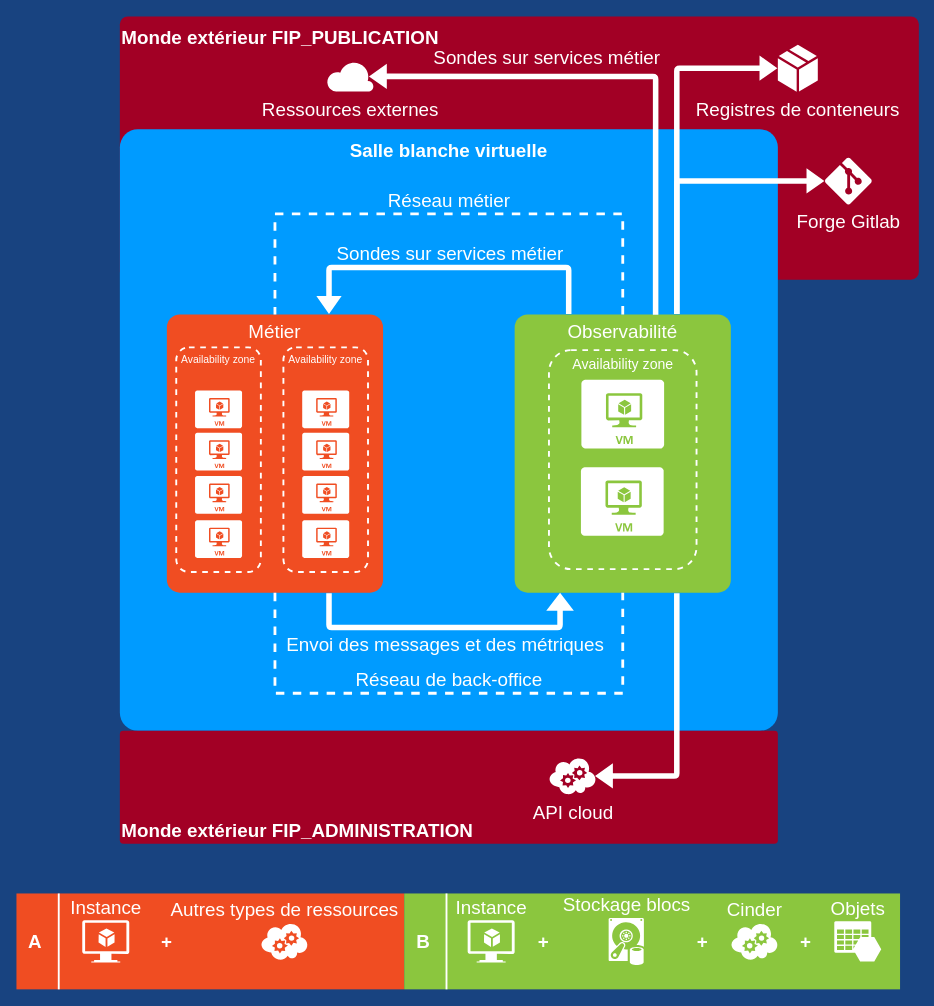
139bercy/cloud-appliance-observability keeps this draw.io diagram as page "Placement dans un projet" (1 of 3) of docs/diagrammes.drawio. Above is the earlier version. Source tidied: cells renumbered, new cells numbered last; positions are measured from the earlier drawing's top-left corner, leaving out a move shared by most shapes. Both pictures are drawn from the tidied source at 94%, with x=0, y=0 at pixel (16, 16).
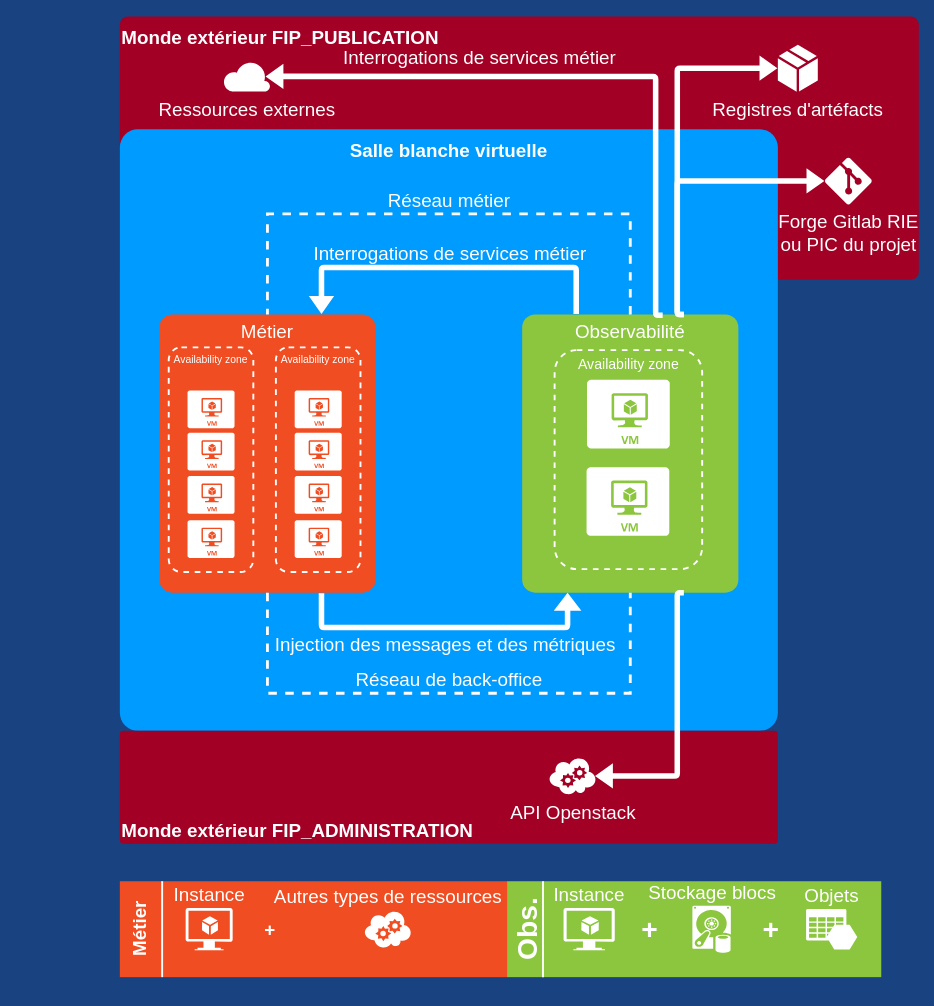
The same page after the edit.

Change to the diagram source:
```diff
@@
     <mxCell id="4" value="Métier" style="rounded=1;whiteSpace=wrap;html=1;shadow=0;strokeWidth=2;fillColor=#F04D22;fontSize=20;fontColor=#FFFFFF;align=center;strokeColor=none;arcSize=6;verticalAlign=top;" parent="1" vertex="1">
-      <mxGeometry x="160" y="317" width="230" height="296" as="geometry" />
+      <mxGeometry x="152" y="317" width="230" height="296" as="geometry" />
     </mxCell>
     <mxCell id="5" style="rounded=0;whiteSpace=wrap;html=1;shadow=0;strokeWidth=2;fillColor=#F04D22;fontSize=20;fontColor=#FFFFFF;align=center;strokeColor=none;arcSize=6;verticalAlign=top;" parent="1" vertex="1">
-      <mxGeometry y="933" width="412.5" height="102" as="geometry" />
+      <mxGeometry x="110" y="920" width="412.5" height="102" as="geometry" />
     </mxCell>
-    <mxCell id="6" style="rounded=0;whiteSpace=wrap;html=1;shadow=0;strokeWidth=2;fillColor=#8BC63E;fontSize=20;fontColor=#FFFFFF;align=center;strokeColor=none;arcSize=6;verticalAlign=top;" parent="1" vertex="1">
-      <mxGeometry x="412.5" y="933" width="527.5" height="102" as="geometry" />
-    </mxCell>
-    <mxCell id="7" value="A" style="text;html=1;strokeColor=none;fillColor=none;align=center;verticalAlign=middle;whiteSpace=wrap;rounded=1;shadow=0;fontSize=20;fontColor=#FFFFFF;fontStyle=1;" parent="1" vertex="1">
-      <mxGeometry y="966.5" width="40" height="35" as="geometry" />
+    <mxCell id="7" value="Métier" style="text;html=1;strokeColor=none;fillColor=none;align=center;verticalAlign=middle;whiteSpace=wrap;rounded=1;shadow=0;fontSize=20;fontColor=#FFFFFF;fontStyle=1;direction=north;rotation=270;" parent="1" vertex="1">
+      <mxGeometry x="112.5" y="951" width="35" height="40" as="geometry" />
     </mxCell>
-    <mxCell id="8" value="B" style="text;html=1;strokeColor=none;fillColor=none;align=center;verticalAlign=middle;whiteSpace=wrap;rounded=1;shadow=0;fontSize=20;fontColor=#FFFFFF;fontStyle=1;" parent="1" vertex="1">
-      <mxGeometry x="412.5" y="966.5" width="40" height="35" as="geometry" />
-    </mxCell>
     <mxCell id="9" value="+" style="text;html=1;strokeColor=none;fillColor=none;align=center;verticalAlign=middle;whiteSpace=wrap;rounded=1;shadow=0;fontSize=20;fontColor=#FFFFFF;fontStyle=1;" parent="1" vertex="1">
-      <mxGeometry x="140" y="966.5" width="40" height="35" as="geometry" />
+      <mxGeometry x="250" y="953.5" width="40" height="35" as="geometry" />
     </mxCell>
-    <mxCell id="10" value="Instance" style="shadow=0;html=1;strokeColor=none;fillColor=#FFFFFF;labelPosition=center;verticalLabelPosition=top;verticalAlign=bottom;shape=mxgraph.azure.virtual_machine_feature;rounded=0;fontSize=20;fontColor=#FFFFFF;align=center;" parent="1" vertex="1">
-      <mxGeometry x="480" y="961.5" width="50" height="45" as="geometry" />
-    </mxCell>
-    <mxCell id="11" value="+" style="text;html=1;strokeColor=none;fillColor=none;align=center;verticalAlign=middle;whiteSpace=wrap;rounded=1;shadow=0;fontSize=20;fontColor=#FFFFFF;fontStyle=1;" parent="1" vertex="1">
-      <mxGeometry x="541" y="966.5" width="40" height="35" as="geometry" />
-    </mxCell>
     <mxCell id="12" style="line;strokeWidth=2;direction=south;html=1;rounded=0;shadow=0;fillColor=none;fontSize=20;fontColor=#FFFFFF;align=center;strokeColor=#FFFFFF;" parent="1" vertex="1">
-      <mxGeometry x="40" y="933" width="10" height="102" as="geometry" />
+      <mxGeometry x="150" y="920" width="10" height="102" as="geometry" />
     </mxCell>
-    <mxCell id="13" style="line;strokeWidth=2;direction=south;html=1;rounded=0;shadow=0;fillColor=none;fontSize=20;fontColor=#FFFFFF;align=center;strokeColor=#FFFFFF;" parent="1" vertex="1">
-      <mxGeometry x="452.5" y="933" width="10" height="102" as="geometry" />
-    </mxCell>
-    <mxCell id="14" value="+" style="text;html=1;strokeColor=none;fillColor=none;align=center;verticalAlign=middle;whiteSpace=wrap;rounded=1;shadow=0;fontSize=20;fontColor=#FFFFFF;fontStyle=1;" parent="1" vertex="1">
-      <mxGeometry x="710" y="966.5" width="40" height="35" as="geometry" />
-    </mxCell>
-    <mxCell id="15" value="Objets&lt;br style=&quot;font-size: 20px;&quot;&gt;" style="shadow=0;html=1;strokeColor=none;labelPosition=center;verticalLabelPosition=top;verticalAlign=bottom;shape=mxgraph.mscae.cloud.azure_storage;fillColor=#FFFFFF;rounded=0;fontSize=20;fontColor=#FFFFFF;align=center;" parent="1" vertex="1">
-      <mxGeometry x="870" y="962.5" width="50" height="43" as="geometry" />
-    </mxCell>
     <mxCell id="16" value="Availability zone" style="rounded=1;whiteSpace=wrap;html=1;shadow=0;strokeWidth=2;fillColor=none;fontSize=11;fontColor=#FFFFFF;align=center;strokeColor=#FFFFFF;dashed=1;verticalAlign=top;" parent="1" vertex="1">
-      <mxGeometry x="170" y="352" width="90" height="239" as="geometry" />
+      <mxGeometry x="162" y="352" width="90" height="239" as="geometry" />
     </mxCell>
     <mxCell id="17" style="verticalLabelPosition=bottom;html=1;verticalAlign=top;strokeColor=none;fillColor=#FFFFFF;shape=mxgraph.azure.virtual_machine;rounded=1;shadow=0;fontSize=12;fontColor=#000000;align=center;" parent="1" vertex="1">
-      <mxGeometry x="190" y="398" width="50" height="40" as="geometry" />
+      <mxGeometry x="182" y="398" width="50" height="40" as="geometry" />
     </mxCell>
     <mxCell id="18" value="Observabilité" style="rounded=1;whiteSpace=wrap;html=1;shadow=0;strokeWidth=2;fillColor=#8BC63E;fontSize=20;align=center;strokeColor=none;arcSize=6;verticalAlign=top;fontColor=#ffffff;" parent="1" vertex="1">
-      <mxGeometry x="530" y="317" width="230" height="296" as="geometry" />
+      <mxGeometry x="538" y="317" width="230" height="296" as="geometry" />
     </mxCell>
     <mxCell id="19" value="Availability zone" style="rounded=1;whiteSpace=wrap;html=1;shadow=0;strokeWidth=2;fillColor=none;fontSize=15;fontColor=#FFFFFF;align=center;strokeColor=#FFFFFF;dashed=1;verticalAlign=top;" parent="1" vertex="1">
-      <mxGeometry x="566.5" y="355" width="157" height="233" as="geometry" />
+      <mxGeometry x="572.5" y="355" width="157" height="233" as="geometry" />
     </mxCell>
     <mxCell id="20" style="verticalLabelPosition=bottom;html=1;verticalAlign=top;strokeColor=none;fillColor=#FFFFFF;shape=mxgraph.azure.virtual_machine;rounded=1;shadow=0;fontSize=12;fontColor=#000000;align=center;" parent="1" vertex="1">
-      <mxGeometry x="601" y="386.5" width="88" height="73" as="geometry" />
+      <mxGeometry x="607" y="386.5" width="88" height="73" as="geometry" />
     </mxCell>
@@
     <mxCell id="22" value="Instance" style="shadow=0;html=1;strokeColor=none;fillColor=#FFFFFF;labelPosition=center;verticalLabelPosition=top;verticalAlign=bottom;shape=mxgraph.azure.virtual_machine_feature;rounded=0;fontSize=20;fontColor=#FFFFFF;align=center;" parent="1" vertex="1">
-      <mxGeometry x="70" y="961.5" width="50" height="45" as="geometry" />
+      <mxGeometry x="180" y="948.5" width="50" height="45" as="geometry" />
     </mxCell>
-    <mxCell id="23" value="Stockage blocs" style="verticalLabelPosition=top;html=1;verticalAlign=bottom;strokeColor=none;fillColor=#ffffff;shape=mxgraph.azure.vhd_data_disk;fontColor=#FFFFFF;labelPosition=center;align=center;fontSize=20;" parent="1" vertex="1">
-      <mxGeometry x="630" y="959" width="37.5" height="50" as="geometry" />
-    </mxCell>
-    <mxCell id="24" value="Cinder" style="verticalLabelPosition=top;html=1;verticalAlign=bottom;strokeColor=none;fillColor=#ffffff;shape=mxgraph.azure.cloud_service;fontSize=20;fontColor=#FFFFFF;horizontal=1;labelPosition=center;align=center;" parent="1" vertex="1">
-      <mxGeometry x="760" y="964" width="50" height="40" as="geometry" />
-    </mxCell>
-    <mxCell id="25" value="+" style="text;html=1;strokeColor=none;fillColor=none;align=center;verticalAlign=middle;whiteSpace=wrap;rounded=1;shadow=0;fontSize=20;fontColor=#FFFFFF;fontStyle=1;" parent="1" vertex="1">
-      <mxGeometry x="820" y="966.5" width="40" height="35" as="geometry" />
-    </mxCell>
     <mxCell id="26" style="verticalLabelPosition=bottom;html=1;verticalAlign=top;strokeColor=none;fillColor=#FFFFFF;shape=mxgraph.azure.virtual_machine;rounded=1;shadow=0;fontSize=12;fontColor=#000000;align=center;" parent="1" vertex="1">
-      <mxGeometry x="190" y="443" width="50" height="40" as="geometry" />
+      <mxGeometry x="182" y="443" width="50" height="40" as="geometry" />
     </mxCell>
     <mxCell id="27" style="verticalLabelPosition=bottom;html=1;verticalAlign=top;strokeColor=none;fillColor=#FFFFFF;shape=mxgraph.azure.virtual_machine;rounded=1;shadow=0;fontSize=12;fontColor=#000000;align=center;" parent="1" vertex="1">
-      <mxGeometry x="190" y="489" width="50" height="40" as="geometry" />
+      <mxGeometry x="182" y="489" width="50" height="40" as="geometry" />
     </mxCell>
     <mxCell id="28" style="verticalLabelPosition=bottom;html=1;verticalAlign=top;strokeColor=none;fillColor=#FFFFFF;shape=mxgraph.azure.virtual_machine;rounded=1;shadow=0;fontSize=12;fontColor=#000000;align=center;" parent="1" vertex="1">
-      <mxGeometry x="190" y="536" width="50" height="40" as="geometry" />
+      <mxGeometry x="182" y="536" width="50" height="40" as="geometry" />
     </mxCell>
     <mxCell id="29" value="Autres types de ressources" style="verticalLabelPosition=top;html=1;verticalAlign=bottom;align=center;strokeColor=none;fillColor=#FFFFFF;shape=mxgraph.azure.cloud_service;fontColor=#FFFFFF;labelPosition=center;fontSize=20;" parent="1" vertex="1">
-      <mxGeometry x="260" y="964" width="50" height="40" as="geometry" />
+      <mxGeometry x="370" y="951" width="50" height="40" as="geometry" />
     </mxCell>
     <mxCell id="30" value="Availability zone" style="rounded=1;whiteSpace=wrap;html=1;shadow=0;strokeWidth=2;fillColor=none;fontSize=11;fontColor=#FFFFFF;align=center;strokeColor=#FFFFFF;dashed=1;verticalAlign=top;" parent="1" vertex="1">
-      <mxGeometry x="284" y="352" width="90" height="239" as="geometry" />
+      <mxGeometry x="276" y="352" width="90" height="239" as="geometry" />
     </mxCell>
     <mxCell id="31" style="verticalLabelPosition=bottom;html=1;verticalAlign=top;strokeColor=none;fillColor=#FFFFFF;shape=mxgraph.azure.virtual_machine;rounded=1;shadow=0;fontSize=12;fontColor=#000000;align=center;" parent="1" vertex="1">
-      <mxGeometry x="304" y="398" width="50" height="40" as="geometry" />
+      <mxGeometry x="296" y="398" width="50" height="40" as="geometry" />
     </mxCell>
     <mxCell id="32" style="verticalLabelPosition=bottom;html=1;verticalAlign=top;strokeColor=none;fillColor=#FFFFFF;shape=mxgraph.azure.virtual_machine;rounded=1;shadow=0;fontSize=12;fontColor=#000000;align=center;" parent="1" vertex="1">
-      <mxGeometry x="304" y="443" width="50" height="40" as="geometry" />
+      <mxGeometry x="296" y="443" width="50" height="40" as="geometry" />
     </mxCell>
     <mxCell id="33" style="verticalLabelPosition=bottom;html=1;verticalAlign=top;strokeColor=none;fillColor=#FFFFFF;shape=mxgraph.azure.virtual_machine;rounded=1;shadow=0;fontSize=12;fontColor=#000000;align=center;" parent="1" vertex="1">
-      <mxGeometry x="304" y="489" width="50" height="40" as="geometry" />
+      <mxGeometry x="296" y="489" width="50" height="40" as="geometry" />
     </mxCell>
     <mxCell id="34" style="verticalLabelPosition=bottom;html=1;verticalAlign=top;strokeColor=none;fillColor=#FFFFFF;shape=mxgraph.azure.virtual_machine;rounded=1;shadow=0;fontSize=12;fontColor=#000000;align=center;" parent="1" vertex="1">
-      <mxGeometry x="304" y="536" width="50" height="40" as="geometry" />
+      <mxGeometry x="296" y="536" width="50" height="40" as="geometry" />
     </mxCell>
     <mxCell id="35" style="verticalLabelPosition=bottom;html=1;verticalAlign=top;strokeColor=none;fillColor=#FFFFFF;shape=mxgraph.azure.virtual_machine;rounded=1;shadow=0;fontSize=12;fontColor=#000000;align=center;" parent="1" vertex="1">
-      <mxGeometry x="600.5" y="479.5" width="88" height="73" as="geometry" />
+      <mxGeometry x="606.5" y="479.5" width="88" height="73" as="geometry" />
     </mxCell>
@@
-    <mxCell id="37" value="Sondes sur services métier" style="shape=flexArrow;endArrow=none;html=1;fillColor=#ffffff;strokeColor=none;endWidth=22.491349480968857;endSize=3.2941176470588234;exitX=0.75;exitY=0;exitDx=0;exitDy=0;edgeStyle=orthogonalEdgeStyle;entryX=0.25;entryY=0;entryDx=0;entryDy=0;labelBackgroundColor=none;labelPosition=center;verticalLabelPosition=top;align=center;verticalAlign=bottom;fontSize=20;fontColor=#FFFFFF;width=5.882352941176471;startArrow=block;endFill=0;" parent="1" edge="1" source="4" target="18">
+    <mxCell id="37" value="Interrogations de services métier" style="shape=flexArrow;endArrow=none;html=1;fillColor=#ffffff;strokeColor=none;endWidth=22.491349480968857;endSize=3.2941176470588234;exitX=0.75;exitY=0;exitDx=0;exitDy=0;edgeStyle=orthogonalEdgeStyle;entryX=0.25;entryY=0;entryDx=0;entryDy=0;labelBackgroundColor=none;labelPosition=center;verticalLabelPosition=top;align=center;verticalAlign=bottom;fontSize=20;fontColor=#FFFFFF;width=5.882352941176471;startArrow=block;endFill=0;" parent="1" edge="1" source="4" target="18">
       <mxGeometry relative="1" as="geometry">
         <Array as="points">
           <mxPoint x="333" y="267" />
           <mxPoint x="587" y="267" />
         </Array>
       </mxGeometry>
     </mxCell>
@@
-    <mxCell id="39" value="API cloud" style="verticalLabelPosition=bottom;html=1;verticalAlign=top;align=center;shape=mxgraph.azure.cloud_service;fontSize=20;strokeColor=none;fontColor=#FFFFFF;" parent="1" vertex="1">
+    <mxCell id="39" value="API Openstack" style="verticalLabelPosition=bottom;html=1;verticalAlign=top;align=center;shape=mxgraph.azure.cloud_service;fontSize=20;strokeColor=none;fontColor=#FFFFFF;" parent="1" vertex="1">
       <mxGeometry x="566.5" y="788" width="50" height="40" as="geometry" />
     </mxCell>
-    <mxCell id="40" value="Envoi des messages et des métriques" style="shape=flexArrow;endArrow=block;html=1;fillColor=#ffffff;strokeColor=none;endWidth=22.491349480968857;endSize=6;exitX=0.75;exitY=1;exitDx=0;exitDy=0;edgeStyle=orthogonalEdgeStyle;entryX=0.21;entryY=0.999;entryDx=0;entryDy=0;labelBackgroundColor=none;labelPosition=center;verticalLabelPosition=bottom;align=center;verticalAlign=top;fontSize=20;fontColor=#FFFFFF;width=5.882352941176471;startArrow=none;endFill=0;entryPerimeter=0;startFill=0;startSize=6;" parent="1" edge="1" source="4" target="18">
+    <mxCell id="40" value="Injection des messages et des métriques" style="shape=flexArrow;endArrow=block;html=1;fillColor=#ffffff;strokeColor=none;endWidth=22.491349480968857;endSize=6;exitX=0.75;exitY=1;exitDx=0;exitDy=0;edgeStyle=orthogonalEdgeStyle;entryX=0.21;entryY=0.999;entryDx=0;entryDy=0;labelBackgroundColor=none;labelPosition=center;verticalLabelPosition=bottom;align=center;verticalAlign=top;fontSize=20;fontColor=#FFFFFF;width=5.882352941176471;startArrow=none;endFill=0;entryPerimeter=0;startFill=0;startSize=6;" parent="1" edge="1" source="4" target="18">
       <mxGeometry relative="1" as="geometry">
         <Array as="points">
           <mxPoint x="332" y="650" />
           <mxPoint x="578" y="650" />
         </Array>
       </mxGeometry>
     </mxCell>
@@
-    <mxCell id="42" value="Registres de conteneurs" style="verticalLabelPosition=bottom;html=1;verticalAlign=top;align=center;shape=mxgraph.azure.cloud_service_package_file;fontSize=20;strokeColor=none;fontColor=#FFFFFF;" parent="1" vertex="1">
+    <mxCell id="42" value="Registres d'artéfacts" style="verticalLabelPosition=bottom;html=1;verticalAlign=top;align=center;shape=mxgraph.azure.cloud_service_package_file;fontSize=20;strokeColor=none;fontColor=#FFFFFF;" parent="1" vertex="1">
       <mxGeometry x="810" y="30" width="42.5" height="50" as="geometry" />
     </mxCell>
-    <mxCell id="43" value="Forge Gitlab" style="verticalLabelPosition=bottom;html=1;verticalAlign=top;align=center;shape=mxgraph.azure.git_repository;fontSize=20;strokeColor=none;fontColor=#FFFFFF;" parent="1" vertex="1">
+    <mxCell id="43" value="Forge Gitlab RIE&lt;br&gt;ou PIC du projet" style="verticalLabelPosition=bottom;html=1;verticalAlign=top;align=center;shape=mxgraph.azure.git_repository;fontSize=20;strokeColor=none;fontColor=#FFFFFF;" parent="1" vertex="1">
       <mxGeometry x="860" y="150" width="50" height="50" as="geometry" />
     </mxCell>
@@
-    <mxCell id="46" value="Sondes sur services métier" style="shape=flexArrow;endArrow=none;html=1;fillColor=#ffffff;strokeColor=none;endWidth=22.491349480968857;endSize=3.2941176470588234;edgeStyle=orthogonalEdgeStyle;labelBackgroundColor=none;labelPosition=center;verticalLabelPosition=top;align=left;verticalAlign=bottom;fontSize=20;fontColor=#FFFFFF;width=5.882352941176471;startArrow=block;endFill=0;exitX=0.89;exitY=0.5;exitDx=0;exitDy=0;exitPerimeter=0;entryX=0.652;entryY=0.003;entryDx=0;entryDy=0;entryPerimeter=0;" parent="1" edge="1" source="47" target="18">
+    <mxCell id="46" value="Interrogations de services métier" style="shape=flexArrow;endArrow=none;html=1;fillColor=#ffffff;strokeColor=none;endWidth=22.491349480968857;endSize=3.2941176470588234;edgeStyle=orthogonalEdgeStyle;labelBackgroundColor=none;labelPosition=center;verticalLabelPosition=top;align=left;verticalAlign=bottom;fontSize=20;fontColor=#FFFFFF;width=5.882352941176471;startArrow=block;endFill=0;exitX=0.89;exitY=0.5;exitDx=0;exitDy=0;exitPerimeter=0;entryX=0.652;entryY=0.003;entryDx=0;entryDy=0;entryPerimeter=0;" parent="1" edge="1" source="47" target="18">
       <mxGeometry x="-0.76" y="6" relative="1" as="geometry">
         <Array as="points">
           <mxPoint x="680" y="64" />
         </Array>
       </mxGeometry>
     </mxCell>
     <mxCell id="47" value="Ressources externes" style="verticalLabelPosition=bottom;html=1;verticalAlign=top;align=center;shape=mxgraph.azure.cloud;fontSize=20;strokeColor=none;fontColor=#FFFFFF;" parent="1" vertex="1">
-      <mxGeometry x="330" y="47.5" width="50" height="32.5" as="geometry" />
+      <mxGeometry x="220" y="47.5" width="50" height="32.5" as="geometry" />
     </mxCell>
+    <mxCell id="48" style="rounded=0;whiteSpace=wrap;html=1;shadow=0;strokeWidth=2;fillColor=#8BC63E;fontSize=12;fontColor=#FFFFFF;align=center;strokeColor=none;arcSize=3;verticalAlign=top;" parent="1" vertex="1">
+      <mxGeometry x="522" y="920" width="398" height="102" as="geometry" />
+    </mxCell>
+    <mxCell id="49" value="Obs." style="text;html=1;strokeColor=none;fillColor=none;align=center;verticalAlign=middle;whiteSpace=wrap;rounded=1;shadow=0;fontSize=30;fontColor=#FFFFFF;fontStyle=1;rotation=270;" parent="1" vertex="1">
+      <mxGeometry x="522" y="953.5" width="43.6" height="35" as="geometry" />
+    </mxCell>
+    <mxCell id="10" value="Instance" style="shadow=0;html=1;strokeColor=none;fillColor=#FFFFFF;labelPosition=center;verticalLabelPosition=top;verticalAlign=bottom;shape=mxgraph.azure.virtual_machine_feature;rounded=0;fontSize=20;fontColor=#FFFFFF;align=center;" parent="1" vertex="1">
+      <mxGeometry x="582" y="948.5" width="54.5" height="45" as="geometry" />
+    </mxCell>
+    <mxCell id="50" style="line;strokeWidth=2;direction=south;html=1;rounded=0;shadow=0;fillColor=none;fontSize=30;fontColor=#FFFFFF;align=center;strokeColor=#FFFFFF;" parent="1" vertex="1">
+      <mxGeometry x="554.7" y="920" width="10.9" height="102" as="geometry" />
+    </mxCell>
+    <mxCell id="51" value="+" style="text;html=1;strokeColor=none;fillColor=none;align=center;verticalAlign=middle;whiteSpace=wrap;rounded=1;shadow=0;fontSize=30;fontColor=#FFFFFF;fontStyle=1;" parent="1" vertex="1">
+      <mxGeometry x="652.2" y="953.5" width="43.6" height="35" as="geometry" />
+    </mxCell>
+    <mxCell id="15" value="Objets&lt;br style=&quot;font-size: 20px;&quot;&gt;" style="shadow=0;html=1;strokeColor=none;labelPosition=center;verticalLabelPosition=top;verticalAlign=bottom;shape=mxgraph.mscae.cloud.azure_storage;fillColor=#FFFFFF;rounded=0;fontSize=20;fontColor=#FFFFFF;align=center;" parent="1" vertex="1">
+      <mxGeometry x="840" y="949.5" width="54.5" height="43" as="geometry" />
+    </mxCell>
+    <mxCell id="23" value="Stockage blocs" style="verticalLabelPosition=top;html=1;verticalAlign=bottom;strokeColor=none;fillColor=#ffffff;shape=mxgraph.azure.vhd_data_disk;fontColor=#FFFFFF;labelPosition=center;align=center;fontSize=20;" parent="1" vertex="1">
+      <mxGeometry x="719.1" y="946" width="40.9" height="50" as="geometry" />
+    </mxCell>
+    <mxCell id="52" value="+" style="text;html=1;strokeColor=none;fillColor=none;align=center;verticalAlign=middle;whiteSpace=wrap;rounded=1;shadow=0;fontSize=30;fontColor=#FFFFFF;fontStyle=1;" parent="1" vertex="1">
+      <mxGeometry x="777.9" y="953.5" width="50.1" height="35" as="geometry" />
+    </mxCell>
```
